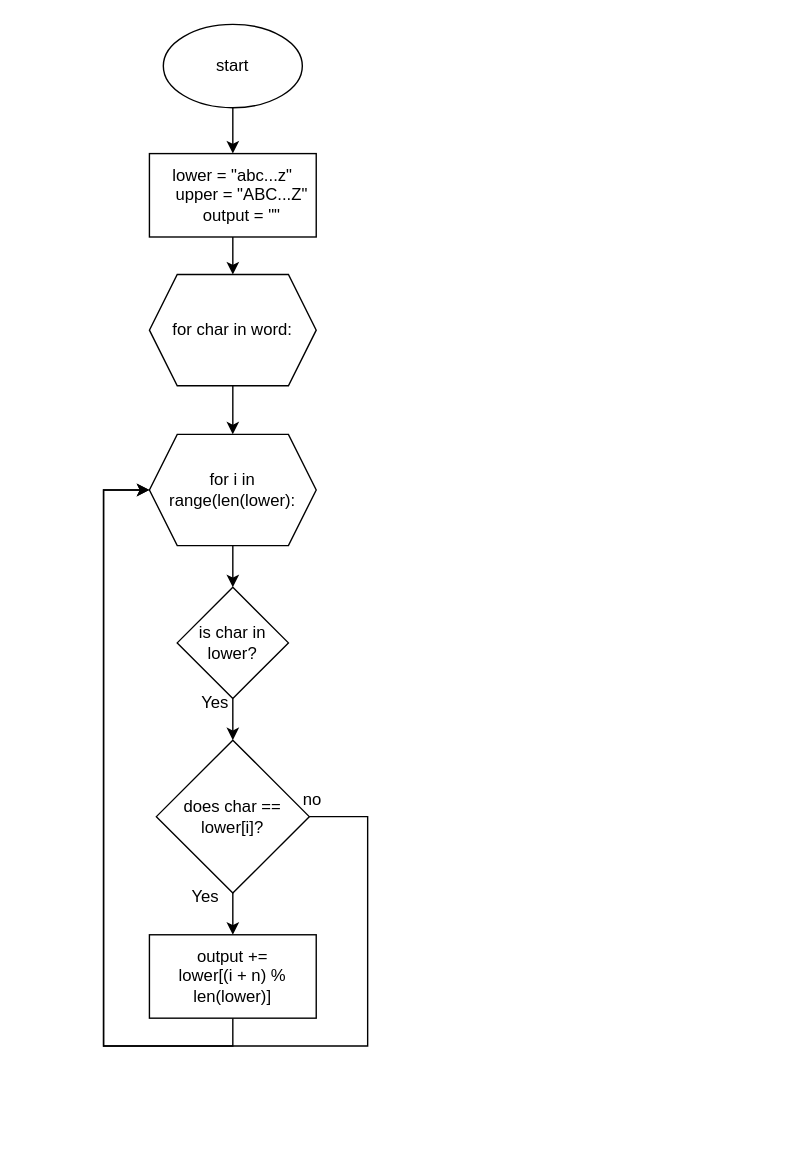
annatequilaa/Unit-1 keeps this draw.io diagram as Quizzes/Flowchart files/quiz009.drawio. Above is the earlier version. Source tidied: cells renumbered, new cells numbered last; positions are measured from the earlier drawing's top-left corner, leaving out a move shared by most shapes. Both pictures are drawn from the tidied source at 139%, with x=0, y=0 at pixel (75, 24).
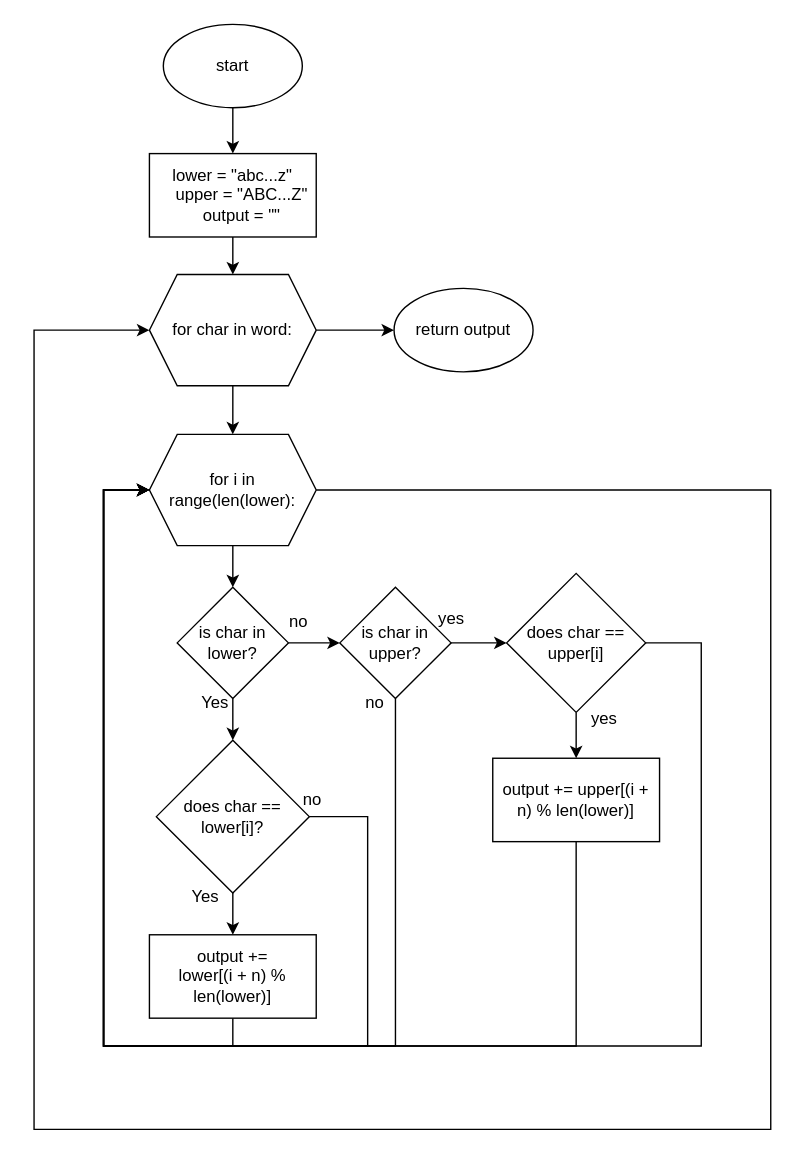
After the change.

The change refers to these unchanged cells:
```xml
<mxCell id="8" value="for char in word:" style="shape=hexagon;perimeter=hexagonPerimeter2;whiteSpace=wrap;html=1;fixedSize=1;rounded=0;" parent="1" vertex="1">
  <mxGeometry x="53" y="180" width="120" height="80" as="geometry" />
</mxCell>
<mxCell id="10" value="for i in range(len(lower):" style="shape=hexagon;perimeter=hexagonPerimeter2;whiteSpace=wrap;html=1;fixedSize=1;rounded=0;" parent="1" vertex="1">
  <mxGeometry x="53" y="295" width="120" height="80" as="geometry" />
</mxCell>
<mxCell id="12" value="is char in&lt;br&gt;lower?" style="rhombus;whiteSpace=wrap;html=1;rounded=0;" parent="1" vertex="1">
  <mxGeometry x="73" y="405" width="80" height="80" as="geometry" />
</mxCell>
```

The edit, as a diff of the source:
```diff
@@
+    <mxCell id="21" style="edgeStyle=orthogonalEdgeStyle;rounded=0;jettySize=auto;html=1;" parent="1" edge="1" source="8" target="36">
+      <mxGeometry relative="1" as="geometry" />
+    </mxCell>
@@
+    <mxCell id="22" style="edgeStyle=orthogonalEdgeStyle;rounded=0;jettySize=auto;html=1;exitX=1;exitY=0.5;exitDx=0;exitDy=0;entryX=0;entryY=0.5;entryDx=0;entryDy=0;" parent="1" edge="1" source="10" target="8">
+      <mxGeometry relative="1" as="geometry">
+        <Array as="points">
+          <mxPoint x="500" y="335" />
+          <mxPoint x="500" y="795" />
+          <mxPoint x="-30" y="795" />
+          <mxPoint x="-30" y="220" />
+        </Array>
+      </mxGeometry>
+    </mxCell>
@@
+    <mxCell id="23" style="edgeStyle=orthogonalEdgeStyle;rounded=0;jettySize=auto;html=1;" parent="1" edge="1" source="12" target="25">
+      <mxGeometry relative="1" as="geometry" />
+    </mxCell>
@@
+    <mxCell id="24" style="edgeStyle=orthogonalEdgeStyle;rounded=0;jettySize=auto;html=1;" parent="1" edge="1" source="25" target="31">
+      <mxGeometry relative="1" as="geometry" />
+    </mxCell>
+    <mxCell id="25" value="is char in upper?" style="rhombus;whiteSpace=wrap;html=1;rounded=0;" parent="1" vertex="1">
+      <mxGeometry x="190" y="405" width="80" height="80" as="geometry" />
+    </mxCell>
+    <mxCell id="26" value="no" style="text;html=1;align=center;verticalAlign=middle;strokeColor=none;fillColor=none;" parent="1" vertex="1">
+      <mxGeometry x="140" y="415" width="40" height="30" as="geometry" />
+    </mxCell>
+    <mxCell id="27" style="edgeStyle=orthogonalEdgeStyle;rounded=0;jettySize=auto;html=1;exitX=0.5;exitY=1;exitDx=0;exitDy=0;entryX=0;entryY=0.5;entryDx=0;entryDy=0;" parent="1" edge="1" source="25" target="10">
+      <mxGeometry relative="1" as="geometry">
+        <Array as="points">
+          <mxPoint x="230" y="735" />
+          <mxPoint x="20" y="735" />
+          <mxPoint x="20" y="335" />
+        </Array>
+      </mxGeometry>
+    </mxCell>
+    <mxCell id="28" value="no" style="text;html=1;align=center;verticalAlign=middle;strokeColor=none;fillColor=none;" parent="1" vertex="1">
+      <mxGeometry x="195" y="473" width="40" height="30" as="geometry" />
+    </mxCell>
+    <mxCell id="29" style="edgeStyle=orthogonalEdgeStyle;rounded=0;jettySize=auto;html=1;" parent="1" edge="1" source="31" target="34">
+      <mxGeometry relative="1" as="geometry" />
+    </mxCell>
+    <mxCell id="30" style="edgeStyle=orthogonalEdgeStyle;rounded=0;jettySize=auto;html=1;exitX=1;exitY=0.5;exitDx=0;exitDy=0;entryX=0;entryY=0.5;entryDx=0;entryDy=0;" parent="1" edge="1" source="31" target="10">
+      <mxGeometry relative="1" as="geometry">
+        <Array as="points">
+          <mxPoint x="450" y="445" />
+          <mxPoint x="450" y="735" />
+          <mxPoint x="20" y="735" />
+          <mxPoint x="20" y="335" />
+        </Array>
+      </mxGeometry>
+    </mxCell>
+    <mxCell id="31" value="does char == upper[i]" style="rhombus;whiteSpace=wrap;html=1;rounded=0;" parent="1" vertex="1">
+      <mxGeometry x="310" y="395" width="100" height="100" as="geometry" />
+    </mxCell>
+    <mxCell id="32" value="yes" style="text;html=1;align=center;verticalAlign=middle;strokeColor=none;fillColor=none;" parent="1" vertex="1">
+      <mxGeometry x="250" y="413" width="40" height="30" as="geometry" />
+    </mxCell>
+    <mxCell id="33" style="edgeStyle=orthogonalEdgeStyle;rounded=0;jettySize=auto;html=1;exitX=0.5;exitY=1;exitDx=0;exitDy=0;entryX=0;entryY=0.5;entryDx=0;entryDy=0;" parent="1" edge="1" source="34" target="10">
+      <mxGeometry relative="1" as="geometry">
+        <Array as="points">
+          <mxPoint x="360" y="735" />
+          <mxPoint x="20" y="735" />
+          <mxPoint x="20" y="335" />
+        </Array>
+      </mxGeometry>
+    </mxCell>
+    <mxCell id="34" value="output += upper[(i + n) % len(lower)]" style="whiteSpace=wrap;html=1;rounded=0;" parent="1" vertex="1">
+      <mxGeometry x="300" y="528" width="120" height="60" as="geometry" />
+    </mxCell>
+    <mxCell id="35" value="yes" style="text;html=1;align=center;verticalAlign=middle;strokeColor=none;fillColor=none;" parent="1" vertex="1">
+      <mxGeometry x="360" y="485" width="40" height="30" as="geometry" />
+    </mxCell>
+    <mxCell id="36" value="return output" style="ellipse;whiteSpace=wrap;html=1;" parent="1" vertex="1">
+      <mxGeometry x="229" y="190" width="100" height="60" as="geometry" />
+    </mxCell>
```
